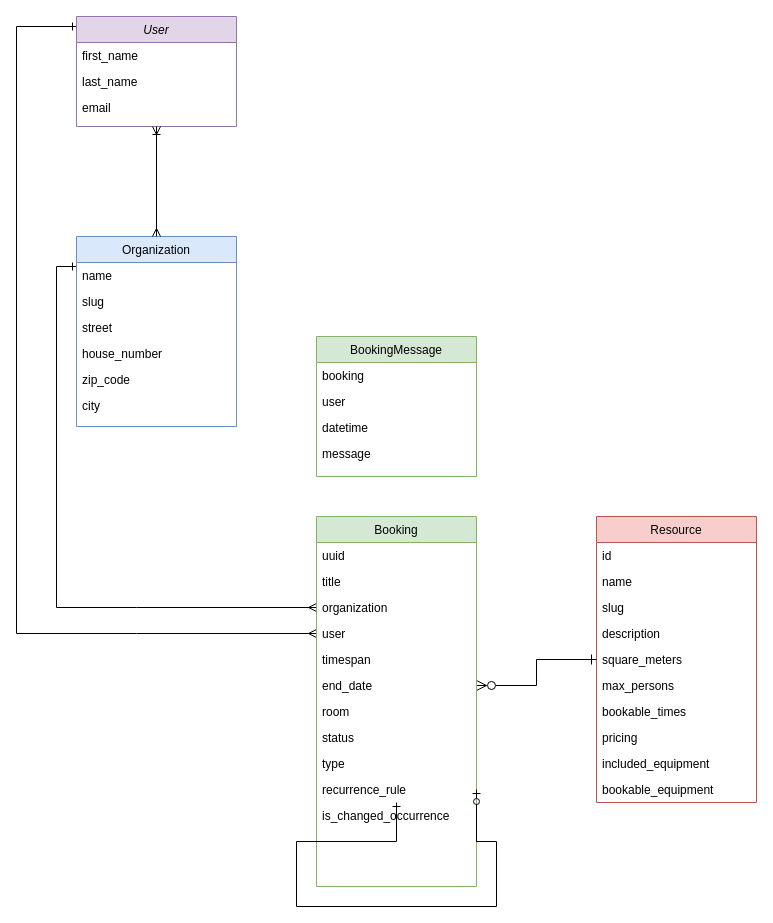
The draw.io diagram docs/modelling/erd-v1.1.1-reccurence_all-in-one.drawio in Haus-des-Engagements/re-sharing, before the edit. Source tidied: cells renumbered, new cells numbered last; positions are measured from the earlier drawing's top-left corner, leaving out a move shared by most shapes. Both pictures are drawn from the tidied source at 100%, with x=0, y=0 at pixel (16, 16).
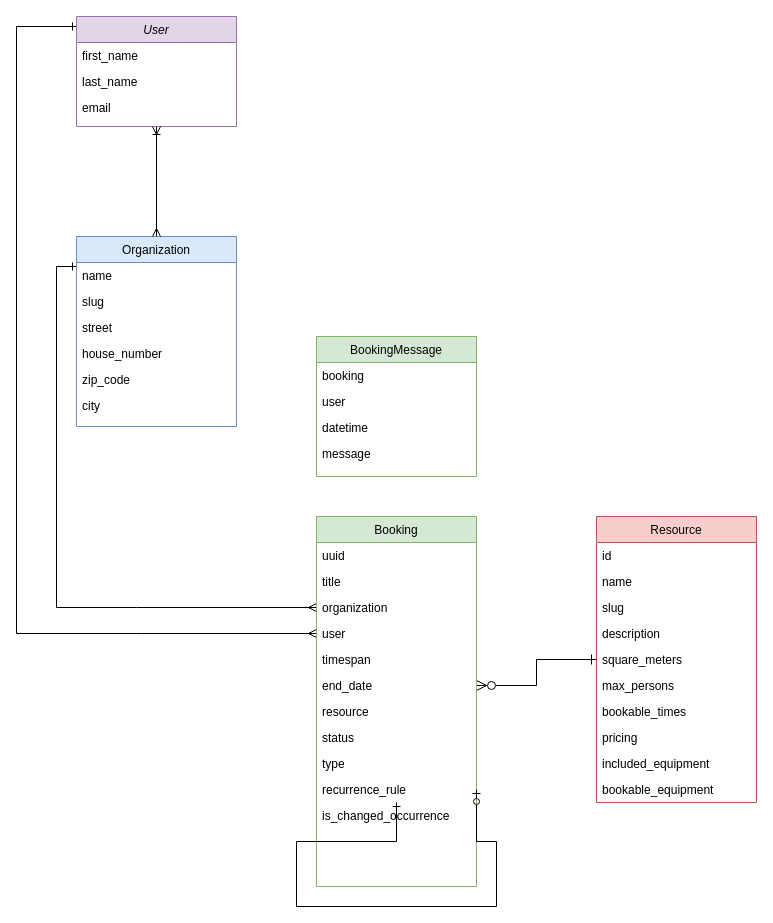
After the change.

The change refers to these unchanged cells:
```xml
<mxCell id="33" value="Booking" style="swimlane;fontStyle=0;align=center;verticalAlign=top;horizontal=1;startSize=26;rounded=0;shadow=0;strokeWidth=1;fillColor=#d5e8d4;strokeColor=#82b366;" parent="1" vertex="1">
  <mxGeometry x="300" y="500" width="160" height="370" as="geometry" />
</mxCell>
```

Diff of the diagram source:
```diff
@@
-    <mxCell id="40" value="room" style="text;align=left;verticalAlign=top;spacingLeft=4;spacingRight=4;overflow=hidden;rounded=0;shadow=0;html=0;" parent="33" vertex="1">
+    <mxCell id="40" value="resource" style="text;align=left;verticalAlign=top;spacingLeft=4;spacingRight=4;overflow=hidden;rounded=0;shadow=0;html=0;" parent="33" vertex="1">
       <mxGeometry y="182" width="160" height="26" as="geometry" />
     </mxCell>
```
